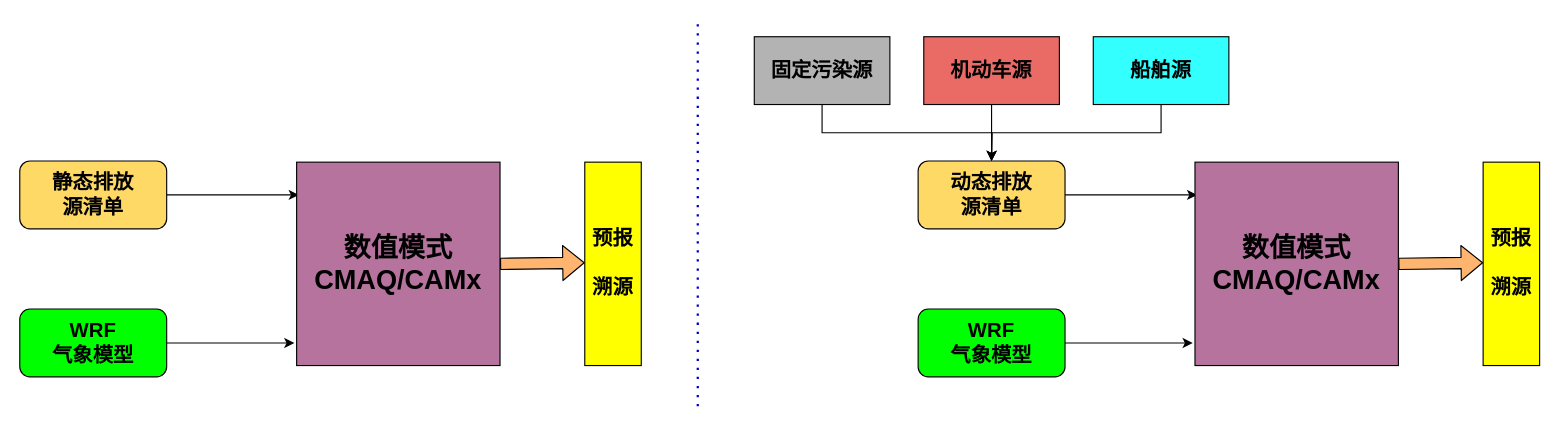
Before: 两种源清单.drawio in WienWong/Misc, a draw.io diagram. Source tidied: cells renumbered, new cells numbered last; positions are measured from the earlier drawing's top-left corner, leaving out a move shared by most shapes. Both pictures are drawn from the tidied source at 113%, with x=0, y=0 at pixel (19, 21).
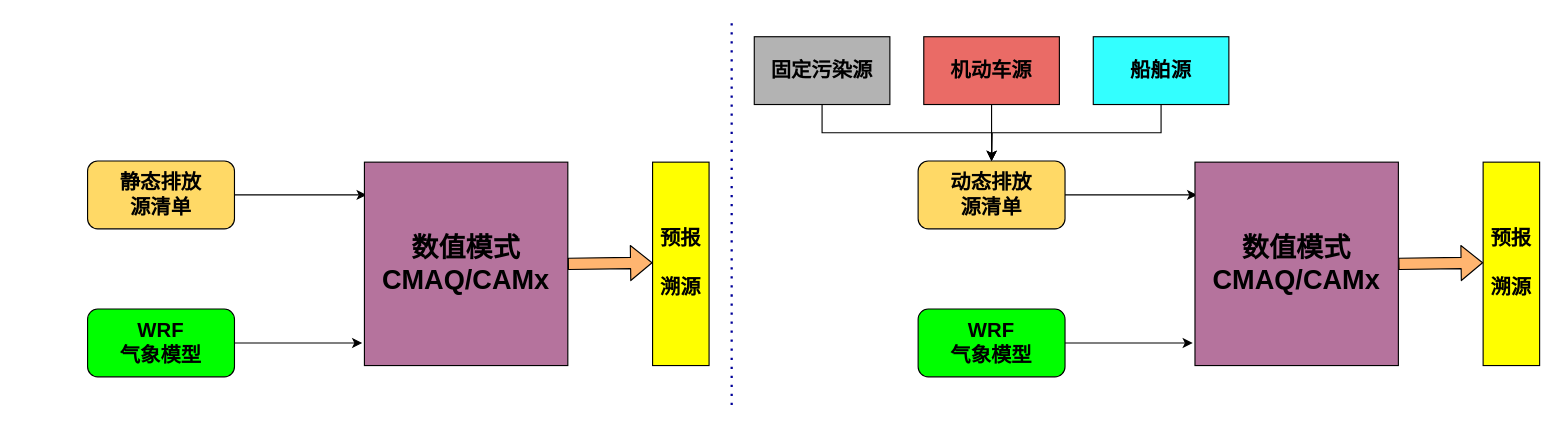
Above is the later version.

Commit message (it also covers changes not shown here):
Update 两种源清单.drawio

Change to the diagram source:
```diff
@@
     <mxCell id="3" value="&lt;font style=&quot;font-size: 18px&quot;&gt;&lt;b&gt;静态&lt;/b&gt;&lt;b&gt;排放&lt;br&gt;源清单&lt;/b&gt;&lt;b&gt;&lt;br&gt;&lt;/b&gt;&lt;/font&gt;" style="rounded=1;whiteSpace=wrap;html=1;fillColor=#FFD966;" parent="1" vertex="1">
-      <mxGeometry y="123" width="130" height="60" as="geometry" />
+      <mxGeometry x="60" y="123" width="130" height="60" as="geometry" />
     </mxCell>
@@
     <mxCell id="5" value="&lt;font style=&quot;font-size: 18px&quot;&gt;&lt;b&gt;WRF&lt;br&gt;&lt;/b&gt;&lt;b&gt;气象模型&lt;/b&gt;&lt;/font&gt;" style="rounded=1;whiteSpace=wrap;html=1;fillColor=#00FF00;" parent="1" vertex="1">
-      <mxGeometry y="254" width="130" height="60" as="geometry" />
+      <mxGeometry x="60" y="254" width="130" height="60" as="geometry" />
     </mxCell>
     <mxCell id="6" value="&lt;font style=&quot;font-size: 24px&quot;&gt;&lt;b&gt;数值模式&lt;br&gt;CMAQ/CAMx&lt;/b&gt;&lt;/font&gt;" style="whiteSpace=wrap;html=1;fillColor=#B5739D;" parent="1" vertex="1">
-      <mxGeometry x="245" y="124" width="180" height="180" as="geometry" />
+      <mxGeometry x="305" y="124" width="180" height="180" as="geometry" />
     </mxCell>
     <mxCell id="7" value="&lt;span style=&quot;font-size: 18px&quot;&gt;&lt;b&gt;预报&lt;br&gt;&lt;br&gt;&lt;/b&gt;&lt;/span&gt;&lt;font style=&quot;font-size: 18px&quot;&gt;&lt;b&gt;溯源&lt;/b&gt;&lt;/font&gt;" style="rounded=0;whiteSpace=wrap;html=1;fillColor=#FFFF00;" parent="1" vertex="1">
-      <mxGeometry x="500" y="124" width="50" height="180" as="geometry" />
+      <mxGeometry x="560" y="124" width="50" height="180" as="geometry" />
     </mxCell>
     <mxCell id="8" style="shape=flexArrow;endArrow=classic;html=1;entryX=0;entryY=0.55;entryDx=0;entryDy=0;entryPerimeter=0;fillColor=#FFB570;" parent="1" edge="1">
       <mxGeometry relative="1" as="geometry">
-        <mxPoint x="425" y="214" as="sourcePoint" />
-        <mxPoint x="500" y="213" as="targetPoint" />
+        <mxPoint x="485" y="214" as="sourcePoint" />
+        <mxPoint x="560" y="213" as="targetPoint" />
       </mxGeometry>
     </mxCell>
@@
-    <mxCell id="22" style="endArrow=none;dashed=1;html=1;dashPattern=1 3;strokeWidth=2;strokeColor=#0000CC;" parent="1" edge="1">
+    <mxCell id="22" style="endArrow=none;dashed=1;html=1;dashPattern=1 3;strokeWidth=2;strokeColor=#000099;" parent="1" edge="1">
       <mxGeometry relative="1" as="geometry">
-        <mxPoint x="600" y="340" as="sourcePoint" />
-        <mxPoint x="600" as="targetPoint" />
+        <mxPoint x="630" y="339" as="sourcePoint" />
+        <mxPoint x="630" y="-1" as="targetPoint" />
       </mxGeometry>
     </mxCell>
```
